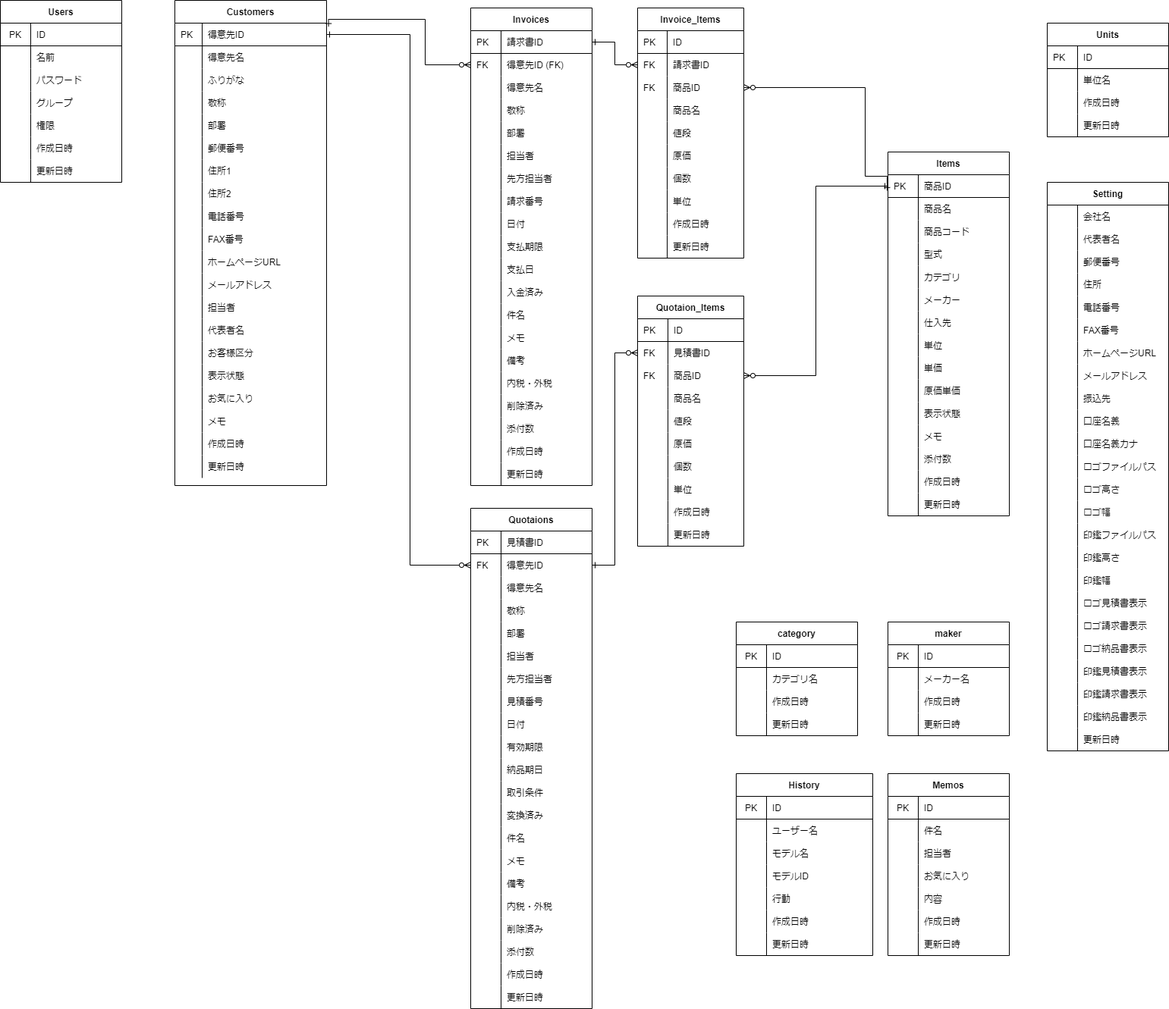
Earlier version of the draw.io export soho_er.png (gamasenninn/caddie-clone). Source tidied: cells renumbered, new cells last; positions are measured from the earlier drawing's top-left corner, leaving out a move shared by most shapes.
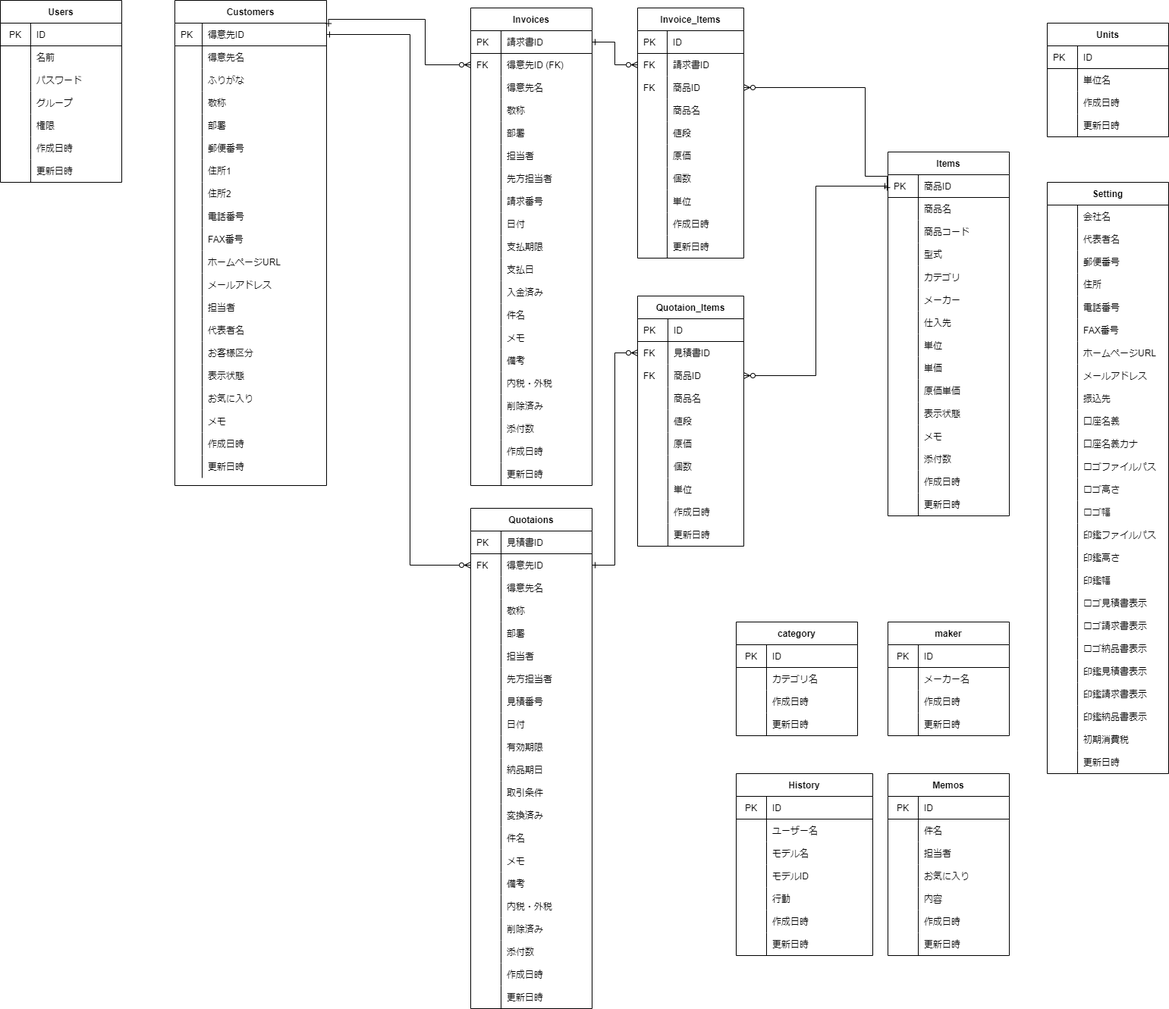
The same file after the commit.

What changed in the source:
```diff
@@ -924,7 +924,7 @@
       <mxGeometry x="40" width="120" height="30" as="geometry" />
     </mxCell>
     <mxCell id="309" value="Setting" style="shape=table;startSize=30;rowLines=0;fontStyle=1;align=center;" parent="1" vertex="1">
-      <mxGeometry x="1380" y="240" width="160" height="750" as="geometry" />
+      <mxGeometry x="1380" y="240" width="160" height="780" as="geometry" />
     </mxCell>
     <mxCell id="310" style="shape=partialRectangle;html=1;whiteSpace=wrap;fillColor=none;top=0;left=0;bottom=0;right=0;" parent="309" vertex="1">
       <mxGeometry y="30" width="160" height="30" as="geometry" />
@@ -1133,8 +1133,17 @@
     <mxCell id="378" value="印鑑納品書表示" style="shape=partialRectangle;html=1;whiteSpace=wrap;fillColor=none;top=0;left=0;bottom=0;right=0;align=left;spacingLeft=6;overflow=hidden;" parent="376" vertex="1">
       <mxGeometry x="40" width="120" height="30" as="geometry" />
     </mxCell>
+    <mxCell id="480" style="shape=partialRectangle;html=1;whiteSpace=wrap;fillColor=none;top=0;left=0;bottom=0;right=0;" parent="309" vertex="1">
+      <mxGeometry y="720" width="160" height="30" as="geometry" />
+    </mxCell>
+    <mxCell id="481" style="shape=partialRectangle;html=1;whiteSpace=wrap;fillColor=none;top=0;left=0;bottom=0;right=0;align=left;spacingLeft=6;overflow=hidden;" parent="480" vertex="1">
+      <mxGeometry width="40" height="30" as="geometry" />
+    </mxCell>
+    <mxCell id="482" value="初期消費税" style="shape=partialRectangle;html=1;whiteSpace=wrap;fillColor=none;top=0;left=0;bottom=0;right=0;align=left;spacingLeft=6;overflow=hidden;" parent="480" vertex="1">
+      <mxGeometry x="40" width="120" height="30" as="geometry" />
+    </mxCell>
     <mxCell id="379" style="shape=partialRectangle;html=1;whiteSpace=wrap;fillColor=none;top=0;left=0;bottom=0;right=0;" parent="309" vertex="1">
-      <mxGeometry y="720" width="160" height="30" as="geometry" />
+      <mxGeometry y="750" width="160" height="30" as="geometry" />
     </mxCell>
     <mxCell id="380" style="shape=partialRectangle;html=1;whiteSpace=wrap;fillColor=none;top=0;left=0;bottom=0;right=0;align=left;spacingLeft=6;overflow=hidden;" parent="379" vertex="1">
       <mxGeometry width="40" height="30" as="geometry" />
```
